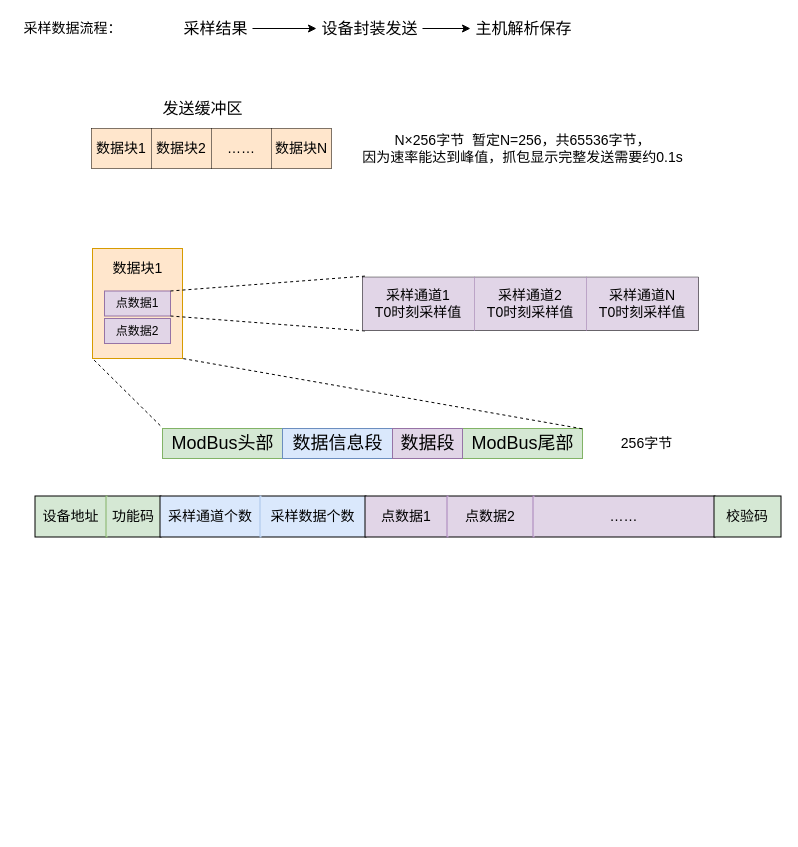
Above: page "数据块组织" (3 of 6) of Untitled Diagram.drawio in fuxinsen/test (draw.io), before the change. Source tidied: cells renumbered, new cells numbered last; positions are measured from the earlier drawing's top-left corner, leaving out a move shared by most shapes. Both pictures are drawn from the tidied source at 100%, with x=0, y=0 at pixel (17, 16).
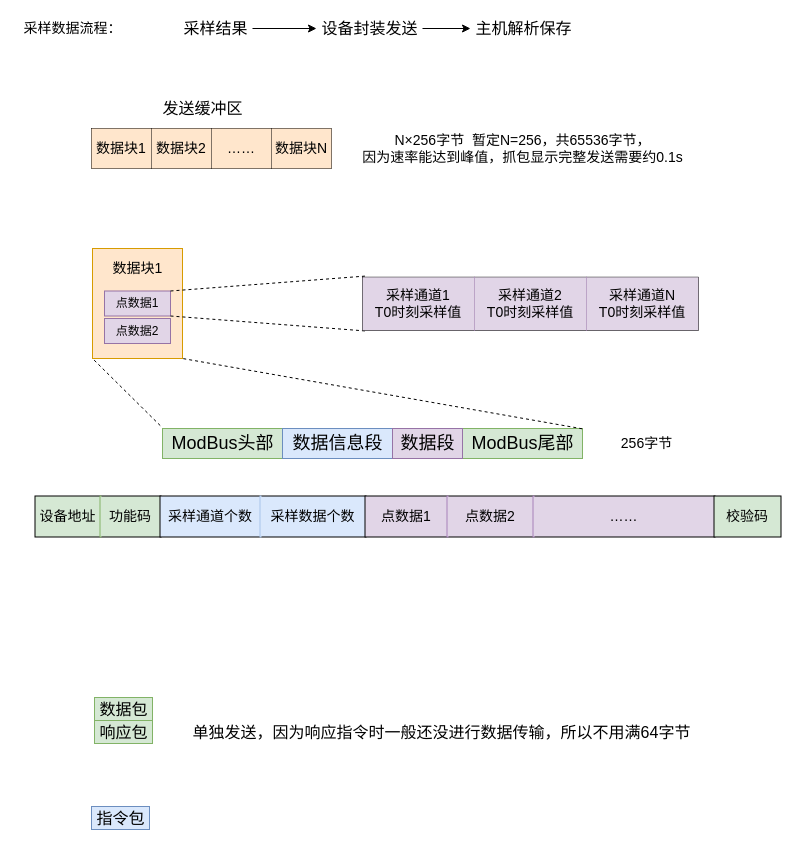
After the change.

The change refers to these unchanged cells:
```xml
<mxCell id="3" style="shape=partialRectangle;html=1;whiteSpace=wrap;fillColor=none;top=0;left=0;bottom=0;right=0;fontSize=14;" parent="2" vertex="1">
  <mxGeometry width="745" height="40" as="geometry" />
</mxCell>
```

Diff of the diagram source:
```diff
@@
     <mxCell id="4" value="设备地址" style="shape=partialRectangle;html=1;whiteSpace=wrap;overflow=hidden;fillColor=#d5e8d4;top=0;left=0;bottom=0;right=1;strokeColor=#82b366;perimeterSpacing=1;strokeWidth=2;fontSize=14;" parent="3" vertex="1">
-      <mxGeometry width="71" height="40" as="geometry" />
+      <mxGeometry width="65" height="40" as="geometry" />
     </mxCell>
     <mxCell id="5" value="功能码" style="shape=partialRectangle;html=1;whiteSpace=wrap;overflow=hidden;fillColor=#d5e8d4;top=0;left=0;bottom=0;right=1;strokeWidth=2;fontSize=14;" parent="3" vertex="1">
-      <mxGeometry x="71" width="54" height="40" as="geometry" />
+      <mxGeometry x="65" width="60" height="40" as="geometry" />
     </mxCell>
@@
+    <mxCell id="44" value="数据包" style="text;html=1;align=center;verticalAlign=middle;strokeColor=#82b366;fontSize=16;fillColor=#d5e8d4;" parent="1" vertex="1">
+      <mxGeometry x="77" y="681" width="58" height="23" as="geometry" />
+    </mxCell>
+    <mxCell id="45" value="响应包" style="text;html=1;align=center;verticalAlign=middle;strokeColor=#82b366;fontSize=16;fillColor=#d5e8d4;" parent="1" vertex="1">
+      <mxGeometry x="77" y="704" width="58" height="23" as="geometry" />
+    </mxCell>
+    <mxCell id="46" value="单独发送，因为响应指令时一般还没进行数据传输，所以不用满64字节" style="text;html=1;align=center;verticalAlign=middle;strokeColor=none;fontSize=16;fontColor=#000000;" parent="1" vertex="1">
+      <mxGeometry x="170" y="704" width="508" height="23" as="geometry" />
+    </mxCell>
+    <mxCell id="47" value="指令包" style="text;html=1;align=center;verticalAlign=middle;strokeColor=#6c8ebf;fontSize=16;fillColor=#dae8fc;" parent="1" vertex="1">
+      <mxGeometry x="74" y="790" width="58" height="23" as="geometry" />
+    </mxCell>
```
